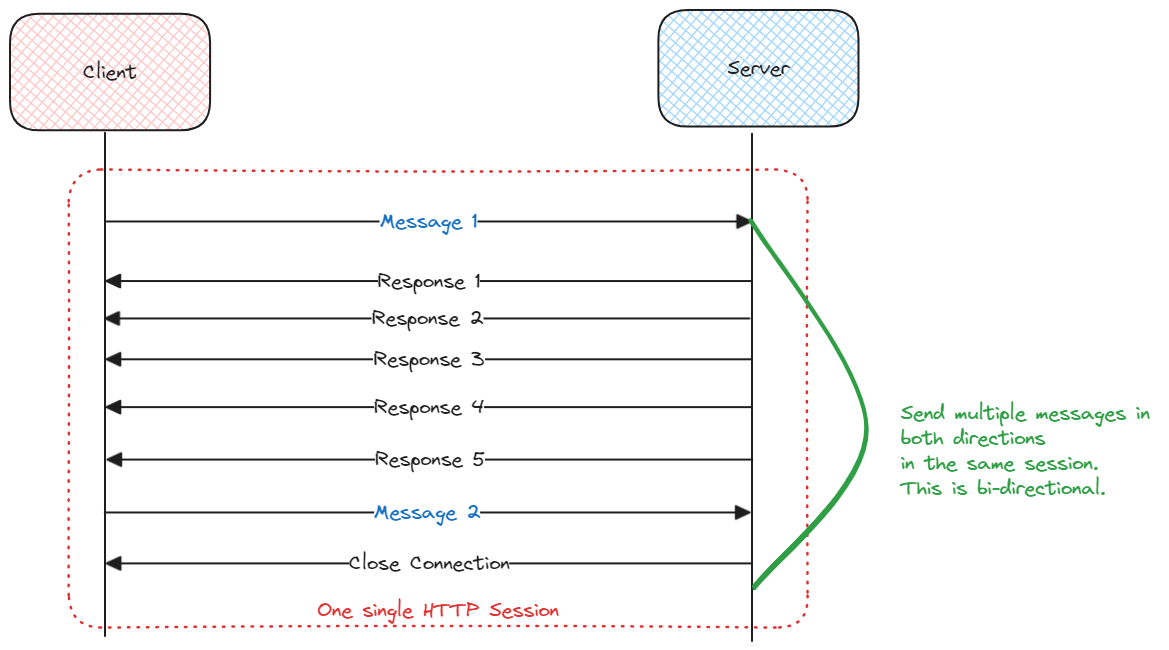
Earlier version of the Excalidraw export static/img/websocket.excalidraw.png (swaroopar/inprogress-engineer). Source tidied: one line per element, renumbered; positions are measured from the earlier drawing's top-left corner, leaving out a move shared by most shapes.
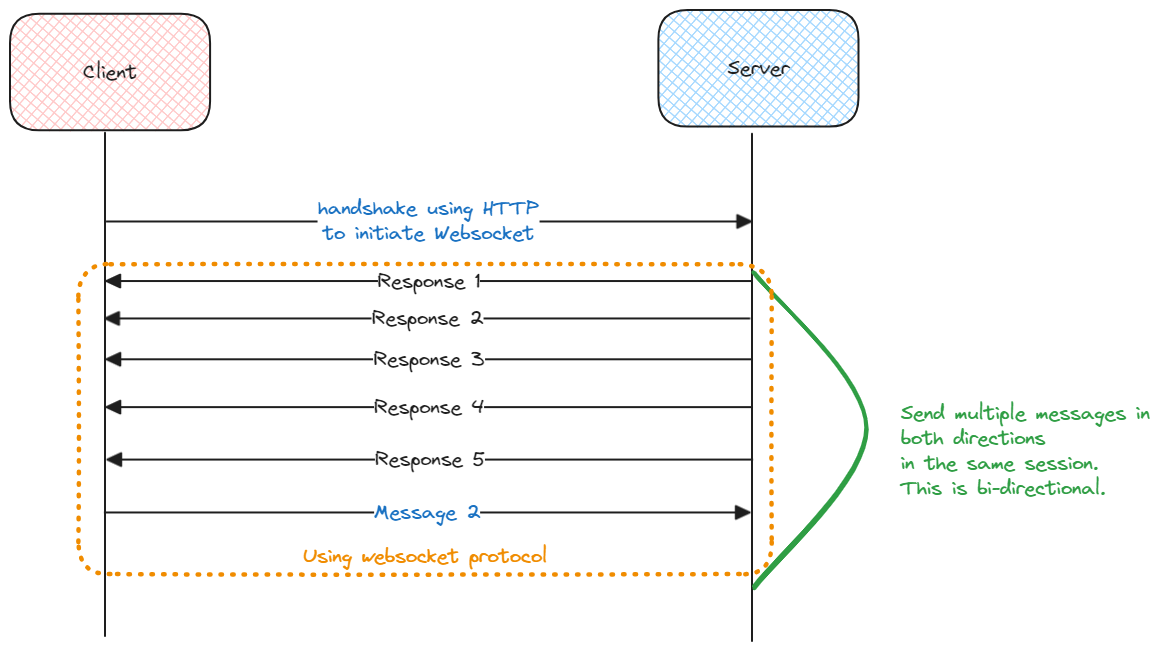
Above is the later version.

The edit, as a diff of the source:
```diff
@@ -5,11 +5,9 @@
 {"id": 4, "type": "line", "strokeColor": "#1e1e1e", "backgroundColor": "#ffc9c9", "fillStyle": "cross-hatch", "strokeWidth": 2, "roughness": 0, "round": true, "from": 0, "x": 95, "y": 123, "width": 0, "height": 503, "points": [[0, 0], [0, 503]]}
 {"id": 5, "type": "line", "strokeColor": "#1e1e1e", "backgroundColor": "#ffc9c9", "fillStyle": "cross-hatch", "strokeWidth": 2, "roughness": 0, "round": true, "x": 742, "y": 124, "width": 0, "height": 507, "points": [[0, 0], [0, 507]]}
 {"id": 6, "type": "arrow", "strokeColor": "#1e1e1e", "backgroundColor": "#ffc9c9", "fillStyle": "cross-hatch", "strokeWidth": 2, "roughness": 0, "endArrowhead": "triangle", "round": true, "x": 96, "y": 211, "width": 645, "height": 0, "points": [[0, 0], [645, 0]]}
-{"id": 7, "type": "text", "text": "Message 1", "strokeColor": "#1971c2", "backgroundColor": "#ffc9c9", "fillStyle": "cross-hatch", "strokeWidth": 2, "roughness": 0, "fontSize": 20, "fontFamily": 1, "textAlign": "center", "verticalAlign": "middle", "inside": 6, "x": 370, "y": 199, "width": 98, "height": 25}
+{"id": 7, "type": "text", "text": "handshake using HTTP\nto initiate Websocket", "strokeColor": "#1971c2", "backgroundColor": "#ffc9c9", "fillStyle": "cross-hatch", "strokeWidth": 2, "roughness": 0, "fontSize": 20, "fontFamily": 1, "textAlign": "center", "verticalAlign": "middle", "inside": 6, "x": 308, "y": 186, "width": 221, "height": 50}
 {"id": 8, "type": "arrow", "strokeColor": "#1e1e1e", "backgroundColor": "#ffc9c9", "fillStyle": "cross-hatch", "strokeWidth": 2, "roughness": 0, "endArrowhead": "triangle", "round": true, "x": 742, "y": 450, "width": 645, "height": 0, "points": [[0, 0], [-645, 0]]}
 {"id": 9, "type": "text", "text": "Response 5", "strokeColor": "#1e1e1e", "backgroundColor": "#ffc9c9", "fillStyle": "cross-hatch", "strokeWidth": 2, "roughness": 0, "fontSize": 20, "fontFamily": 1, "textAlign": "center", "verticalAlign": "middle", "inside": 8, "x": 365, "y": 437, "width": 110, "height": 25}
-{"id": 10, "type": "arrow", "strokeColor": "#1e1e1e", "backgroundColor": "#ffc9c9", "fillStyle": "cross-hatch", "strokeWidth": 2, "roughness": 0, "endArrowhead": "triangle", "round": true, "x": 742, "y": 553, "width": 645, "height": 0, "points": [[0, 0], [-645, 0]]}
-{"id": 11, "type": "text", "text": "Close Connection", "strokeColor": "#1e1e1e", "backgroundColor": "#ffc9c9", "fillStyle": "cross-hatch", "strokeWidth": 2, "roughness": 0, "fontSize": 20, "fontFamily": 1, "textAlign": "center", "verticalAlign": "middle", "inside": 10, "x": 339, "y": 541, "width": 161, "height": 25}
 {"id": 12, "type": "arrow", "strokeColor": "#1e1e1e", "backgroundColor": "#ffc9c9", "fillStyle": "cross-hatch", "strokeWidth": 2, "roughness": 0, "endArrowhead": "triangle", "round": true, "x": 741, "y": 271, "width": 645, "height": 0, "points": [[0, 0], [-645, 0]]}
 {"id": 13, "type": "text", "text": "Response 1", "strokeColor": "#1e1e1e", "backgroundColor": "#ffc9c9", "fillStyle": "cross-hatch", "strokeWidth": 2, "roughness": 0, "fontSize": 20, "fontFamily": 1, "textAlign": "center", "verticalAlign": "middle", "inside": 12, "x": 367, "y": 259, "width": 103, "height": 25}
 {"id": 14, "type": "arrow", "strokeColor": "#1e1e1e", "backgroundColor": "#ffc9c9", "fillStyle": "cross-hatch", "strokeWidth": 2, "roughness": 0, "endArrowhead": "triangle", "round": true, "x": 741, "y": 397, "width": 645, "height": 0, "points": [[0, 0], [-645, 0]]}
@@ -18,9 +16,9 @@
 {"id": 17, "type": "text", "text": "Response 3", "strokeColor": "#1e1e1e", "backgroundColor": "#ffc9c9", "fillStyle": "cross-hatch", "strokeWidth": 2, "roughness": 0, "fontSize": 20, "fontFamily": 1, "textAlign": "center", "verticalAlign": "middle", "inside": 16, "x": 364, "y": 337, "width": 111, "height": 25}
 {"id": 18, "type": "arrow", "strokeColor": "#1e1e1e", "backgroundColor": "#ffc9c9", "fillStyle": "cross-hatch", "strokeWidth": 2, "roughness": 0, "endArrowhead": "triangle", "round": true, "x": 740, "y": 308, "width": 644, "height": 0, "points": [[0, 0], [-644, 0]]}
 {"id": 19, "type": "text", "text": "Response 2", "strokeColor": "#1e1e1e", "backgroundColor": "#ffc9c9", "fillStyle": "cross-hatch", "strokeWidth": 2, "roughness": 0, "fontSize": 20, "fontFamily": 1, "textAlign": "center", "verticalAlign": "middle", "inside": 18, "x": 362, "y": 296, "width": 112, "height": 25}
-{"id": 20, "type": "rectangle", "strokeColor": "#e03131", "strokeWidth": 2, "strokeStyle": "dotted", "roughness": 1, "round": true, "x": 59, "y": 159, "width": 739, "height": 458}
-{"id": 21, "type": "text", "text": "One single HTTP Session", "strokeColor": "#e03131", "strokeWidth": 2, "strokeStyle": "dotted", "roughness": 1, "fontSize": 20, "fontFamily": 1, "textAlign": "center", "verticalAlign": "bottom", "inside": 20, "x": 307, "y": 588, "width": 242, "height": 25}
-{"id": 22, "type": "line", "strokeColor": "#2f9e44", "strokeWidth": 4, "roughness": 1, "round": true, "x": 741, "y": 210, "width": 114, "height": 368, "points": [[0, 0], [114, 209], [2, 368]]}
+{"id": 22, "type": "line", "strokeColor": "#2f9e44", "strokeWidth": 4, "roughness": 1, "round": true, "x": 744, "y": 262, "width": 112, "height": 316, "points": [[0, 0], [111, 157], [0, 316]]}
 {"id": 23, "type": "text", "text": "Send multiple messages in \nboth directions\nin the same session.\nThis is bi-directional.", "strokeColor": "#2f9e44", "strokeWidth": 4, "roughness": 1, "fontSize": 20, "fontFamily": 1, "x": 891, "y": 391, "width": 259, "height": 100}
 {"id": 24, "type": "arrow", "strokeColor": "#1e1e1e", "backgroundColor": "#ffc9c9", "fillStyle": "cross-hatch", "strokeWidth": 2, "roughness": 0, "endArrowhead": "triangle", "round": true, "x": 95, "y": 502, "width": 645, "height": 0, "points": [[0, 0], [645, 0]]}
 {"id": 25, "type": "text", "text": "Message 2", "strokeColor": "#1971c2", "backgroundColor": "#ffc9c9", "fillStyle": "cross-hatch", "strokeWidth": 2, "roughness": 0, "fontSize": 20, "fontFamily": 1, "textAlign": "center", "verticalAlign": "middle", "inside": 24, "x": 364, "y": 490, "width": 107, "height": 25}
+{"id": 26, "type": "rectangle", "strokeColor": "#f08c00", "strokeWidth": 4, "strokeStyle": "dotted", "roughness": 1, "round": true, "x": 68, "y": 254, "width": 693, "height": 310}
+{"id": 27, "type": "text", "text": "Using websocket protocol", "strokeColor": "#f08c00", "strokeWidth": 4, "strokeStyle": "dotted", "roughness": 1, "fontSize": 20, "fontFamily": 1, "textAlign": "center", "verticalAlign": "bottom", "inside": 26, "x": 293, "y": 534, "width": 244, "height": 25}
```
